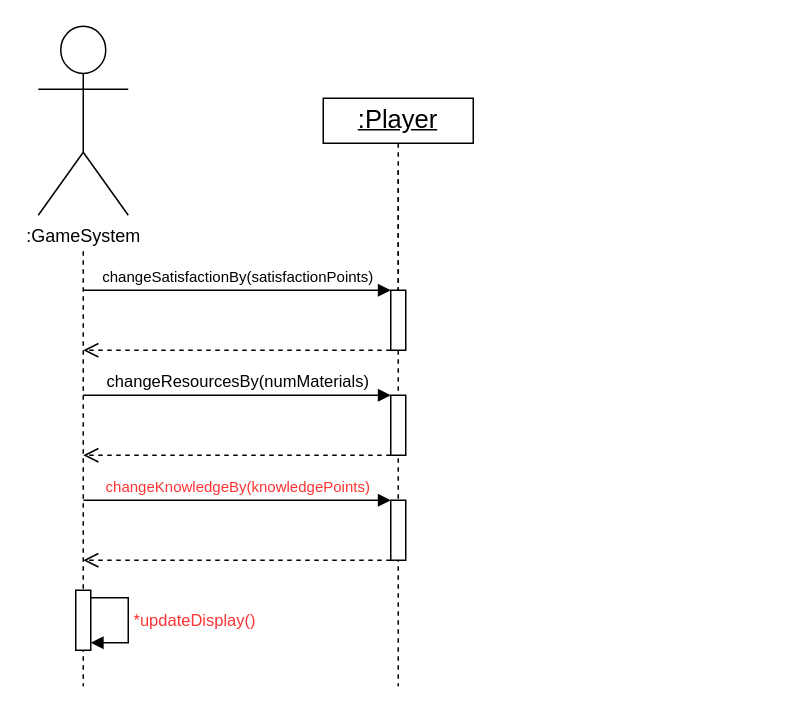
Earlier version of the draw.io diagram page "Track Player Score" (1 of 5) of Deliverables/Semester 1/PDF Report/Diagrams/Sequence Diagrams/Peter's Sequence diagrams.drawio (Xelodico/engineers-without-borders). Source tidied: cells renumbered, new cells numbered last; positions are measured from the earlier drawing's top-left corner, leaving out a move shared by most shapes. Both pictures are drawn from the tidied source at 150%, with x=0, y=0 at pixel (38, 26).
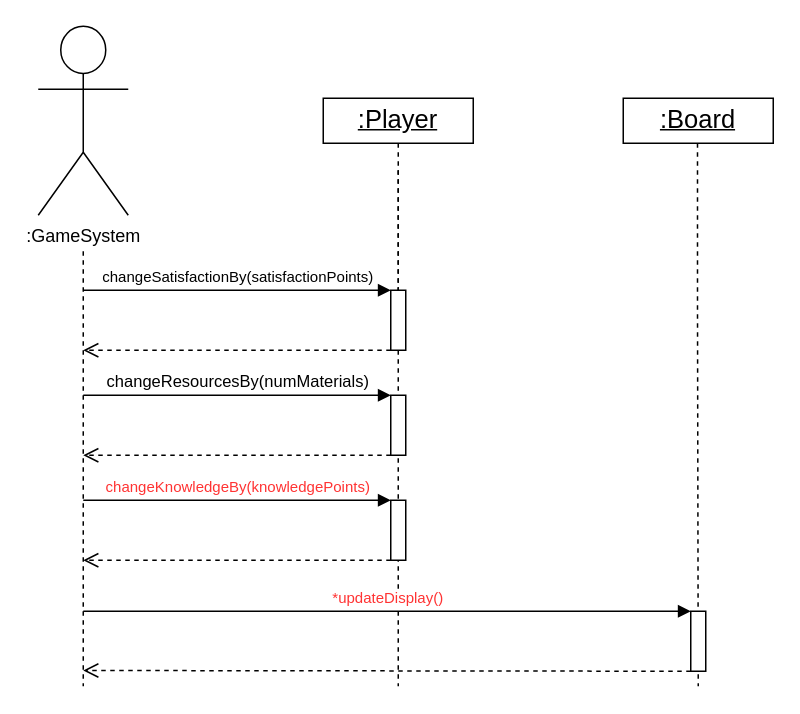
The same page after the edit.

Diff of the diagram source:
```diff
@@
+    <mxCell id="18" style="edgeStyle=orthogonalEdgeStyle;rounded=0;orthogonalLoop=1;jettySize=auto;html=1;dashed=1;endArrow=none;endFill=0;exitX=0.5;exitY=1;exitDx=0;exitDy=0;" parent="1" edge="1">
+      <mxGeometry relative="1" as="geometry">
+        <mxPoint x="439.5" y="78" as="sourcePoint" />
+        <mxPoint x="440" y="440" as="targetPoint" />
+        <Array as="points">
+          <mxPoint x="439.5" y="186" />
+          <mxPoint x="439.5" y="186" />
+        </Array>
+      </mxGeometry>
+    </mxCell>
@@
+    <mxCell id="17" style="html=1;points=[[0,0,0,0,5],[0,1,0,0,-5],[1,0,0,0,5],[1,1,0,0,-5]];perimeter=orthogonalPerimeter;outlineConnect=0;targetShapes=umlLifeline;portConstraint=eastwest;newEdgeStyle={&quot;curved&quot;:0,&quot;rounded&quot;:0};" parent="1" vertex="1">
+      <mxGeometry x="435" y="390" width="10" height="40" as="geometry" />
+    </mxCell>
+    <mxCell id="19" value=":Board" style="html=1;whiteSpace=wrap;fontStyle=4;fontSize=17;horizontal=1;" parent="1" vertex="1">
+      <mxGeometry x="390" y="48" width="100" height="30" as="geometry" />
+    </mxCell>
-    <mxCell id="16" value="*updateDisplay()" style="html=1;align=left;spacingLeft=2;endArrow=block;rounded=0;edgeStyle=orthogonalEdgeStyle;curved=0;rounded=0;fontColor=#FF3333;" parent="1" edge="1">
+    <mxCell id="16" value="*updateDisplay()" style="html=1;verticalAlign=bottom;endArrow=block;curved=0;rounded=0;fontSize=10;fontColor=#FF3333;" parent="1" edge="1" target="17">
       <mxGeometry relative="1" as="geometry">
-        <mxPoint x="35" y="381" as="sourcePoint" />
-        <mxPoint x="35" y="411" as="targetPoint" />
-        <Array as="points">
-          <mxPoint x="60" y="411" />
-        </Array>
+        <mxPoint x="30" y="390" as="sourcePoint" />
       </mxGeometry>
     </mxCell>
-    <mxCell id="17" style="html=1;points=[[0,0,0,0,5],[0,1,0,0,-5],[1,0,0,0,5],[1,1,0,0,-5]];perimeter=orthogonalPerimeter;outlineConnect=0;targetShapes=umlLifeline;portConstraint=eastwest;newEdgeStyle={&quot;curved&quot;:0,&quot;rounded&quot;:0};" parent="1" vertex="1">
-      <mxGeometry x="25" y="376" width="10" height="40" as="geometry" />
-    </mxCell>
+    <mxCell id="20" style="html=1;verticalAlign=bottom;endArrow=open;dashed=1;endSize=8;curved=0;rounded=0;" parent="1" edge="1">
+      <mxGeometry relative="1" as="geometry">
+        <mxPoint x="435" y="430" as="sourcePoint" />
+        <mxPoint x="30" y="429.5" as="targetPoint" />
+      </mxGeometry>
+    </mxCell>
```
